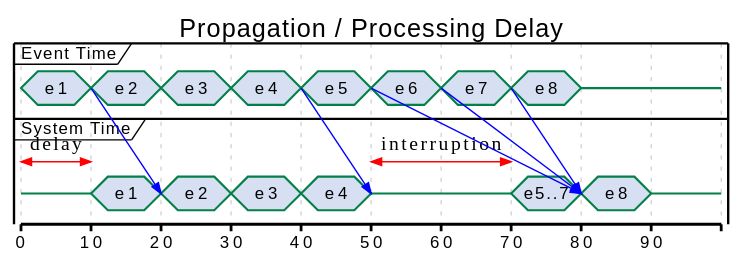
Earlier version of the PlantUML export images/time.svg (open-data-fabric/open-data-fabric). The source it was exported from:
```plantuml
@startuml time
title Propagation / Processing Delay
concise "Event Time" as Client
concise "System Time" as Server


@Client
0 is e1
+10 is e2
Client -> Server@+10
+10 is e3
+10 is e4
+10 is e5
Client -> Server@+10
+10 is e6
Client -> Server@+30
+10 is e7
Client -> Server@+20
+10 is e8
Client -> Server@+10
+10 is {-}


@Server
0 is {-}
+10 is e1
+10 is e2
+10 is e3
+10 is e4
+10 is {-}
+20 is e5..7
+10 is e8
+10 is {-}
@0 <-> @10 : delay
@50 <-> @70 : interruption

@enduml
```
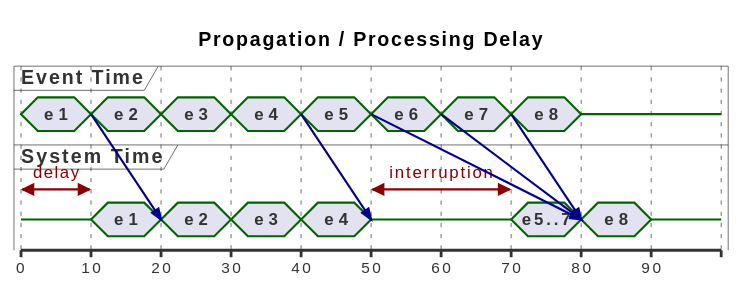
The same file after the commit.

What changed in the source:
```diff
@@ -1,4 +1,4 @@
-@startuml time
+@startuml
 title Propagation / Processing Delay
 concise "Event Time" as Client
 concise "System Time" as Server
@@ -33,5 +33,4 @@
 +10 is {-}
 @0 <-> @10 : delay
 @50 <-> @70 : interruption
-
 @enduml
```
